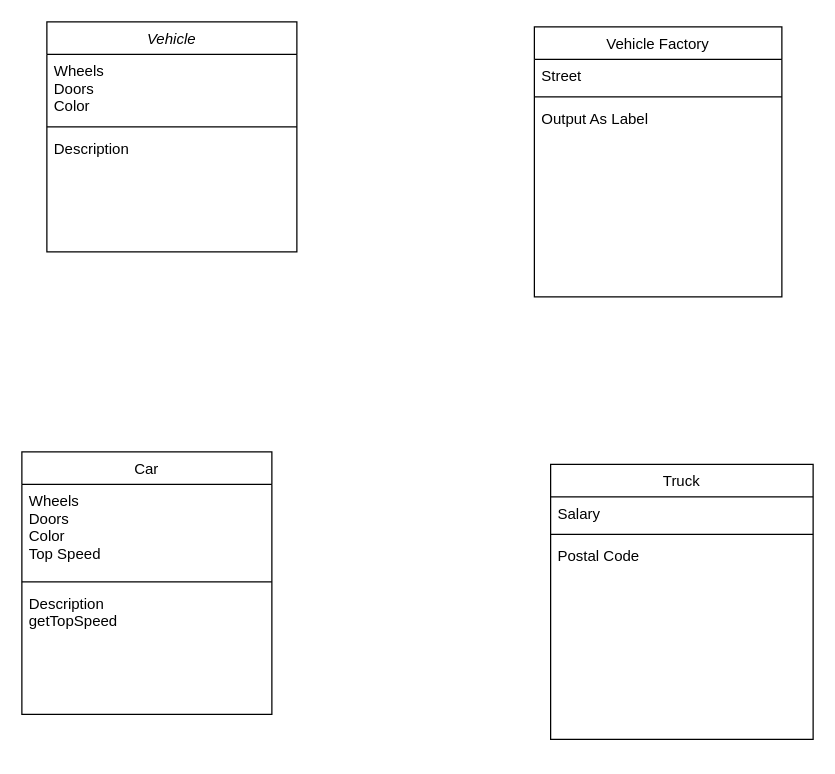
Before: Untitled Diagram.drawio in Kvevli/Use-case-diagram-Task, a draw.io diagram. Source tidied: cells renumbered, new cells numbered last; positions are measured from the earlier drawing's top-left corner, leaving out a move shared by most shapes. Both pictures are drawn from the tidied source at 125%, with x=0, y=0 at pixel (21, 21).
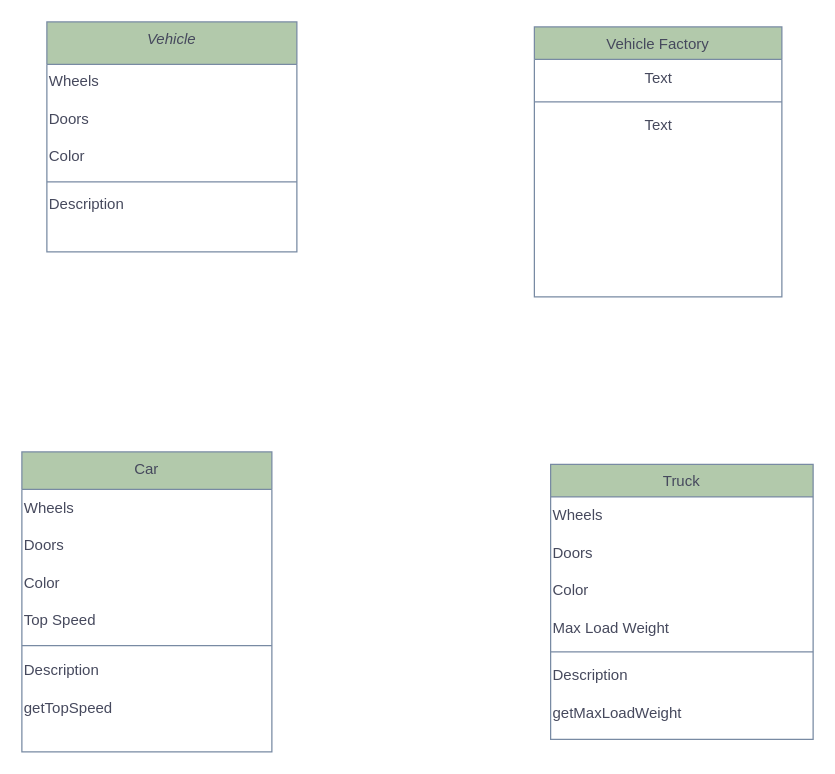
After the change.

What changed in the source:
```diff
@@
-    <mxCell id="2" value="Vehicle" style="swimlane;fontStyle=2;align=center;verticalAlign=top;horizontal=1;startSize=26;rounded=0;shadow=0;strokeWidth=1;" parent="1" vertex="1">
+    <mxCell id="2" value="Vehicle" style="swimlane;fontStyle=2;align=center;verticalAlign=top;horizontal=1;startSize=34;rounded=0;shadow=0;strokeWidth=1;labelBackgroundColor=none;fillColor=#B2C9AB;strokeColor=#788AA3;fontColor=#46495D;" parent="1" vertex="1">
       <mxGeometry x="20" width="200" height="184" as="geometry" />
     </mxCell>
-    <mxCell id="3" value="Wheels&#10;Doors&#10;Color&#10;" style="text;align=left;verticalAlign=top;spacingLeft=4;spacingRight=4;overflow=hidden;" parent="2" vertex="1">
-      <mxGeometry y="26" width="200" height="54" as="geometry" />
-    </mxCell>
+    <mxCell id="18" value="Wheels" style="text;align=left;verticalAlign=top;strokeColor=none;fillColor=none;fontColor=#46495D;" parent="2" vertex="1">
+      <mxGeometry y="34" width="200" height="30" as="geometry" />
+    </mxCell>
+    <mxCell id="19" value="Doors" style="text;align=left;verticalAlign=top;strokeColor=none;fillColor=none;labelBackgroundColor=none;fontColor=#46495D;" parent="2" vertex="1">
+      <mxGeometry y="64" width="200" height="30" as="geometry" />
+    </mxCell>
+    <mxCell id="20" value="Color" style="text;align=left;verticalAlign=top;strokeColor=none;fillColor=none;labelBackgroundColor=none;fontColor=#46495D;" parent="2" vertex="1">
+      <mxGeometry y="94" width="200" height="30" as="geometry" />
+    </mxCell>
-    <mxCell id="4" style="line;html=1;strokeWidth=1;align=left;verticalAlign=middle;spacingTop=-1;spacingLeft=3;spacingRight=3;labelPosition=right;" parent="2" vertex="1">
-      <mxGeometry y="80" width="200" height="8" as="geometry" />
+    <mxCell id="4" style="line;html=1;strokeWidth=1;align=left;verticalAlign=middle;spacingTop=-1;spacingLeft=3;spacingRight=3;labelPosition=right;labelBackgroundColor=none;fillColor=#B2C9AB;strokeColor=#788AA3;fontColor=#46495D;" parent="2" vertex="1">
+      <mxGeometry y="124" width="200" height="8" as="geometry" />
     </mxCell>
-    <mxCell id="5" value="Description" style="text;align=left;verticalAlign=top;spacingLeft=4;spacingRight=4;overflow=hidden;" parent="2" vertex="1">
-      <mxGeometry y="88" width="200" height="26" as="geometry" />
-    </mxCell>
+    <mxCell id="21" value="Description" style="text;align=left;verticalAlign=top;strokeColor=none;fillColor=none;fontColor=#46495D;" parent="2" vertex="1">
+      <mxGeometry y="132" width="200" height="30" as="geometry" />
+    </mxCell>
-    <mxCell id="6" value="Car" style="swimlane;fontStyle=0;align=center;verticalAlign=top;horizontal=1;startSize=26;rounded=0;shadow=0;strokeWidth=1;" parent="1" vertex="1">
-      <mxGeometry y="344" width="200" height="210" as="geometry" />
+    <mxCell id="6" value="Car" style="swimlane;fontStyle=0;align=center;verticalAlign=top;horizontal=1;startSize=30;rounded=0;shadow=0;strokeWidth=1;labelBackgroundColor=none;fillColor=#B2C9AB;strokeColor=#788AA3;fontColor=#46495D;" parent="1" vertex="1">
+      <mxGeometry y="344" width="200" height="240" as="geometry" />
     </mxCell>
-    <mxCell id="7" value="Wheels&#10;Doors&#10;Color&#10;Top Speed&#10;" style="text;align=left;verticalAlign=top;spacingLeft=4;spacingRight=4;overflow=hidden;" parent="6" vertex="1">
-      <mxGeometry y="26" width="200" height="74" as="geometry" />
-    </mxCell>
+    <mxCell id="22" value="Wheels" style="text;html=1;align=left;verticalAlign=middle;strokeColor=none;fillColor=none;fontColor=#46495D;" parent="6" vertex="1">
+      <mxGeometry y="30" width="200" height="30" as="geometry" />
+    </mxCell>
+    <mxCell id="23" value="Doors" style="text;html=1;align=left;verticalAlign=middle;strokeColor=none;fillColor=none;fontColor=#46495D;" parent="6" vertex="1">
+      <mxGeometry y="60" width="200" height="30" as="geometry" />
+    </mxCell>
+    <mxCell id="24" value="Color" style="text;html=1;align=left;verticalAlign=middle;strokeColor=none;fillColor=none;fontColor=#46495D;" parent="6" vertex="1">
+      <mxGeometry y="90" width="200" height="30" as="geometry" />
+    </mxCell>
+    <mxCell id="25" value="Top Speed" style="text;html=1;align=left;verticalAlign=middle;strokeColor=none;fillColor=none;fontColor=#46495D;" parent="6" vertex="1">
+      <mxGeometry y="120" width="200" height="30" as="geometry" />
+    </mxCell>
-    <mxCell id="8" style="line;html=1;strokeWidth=1;align=left;verticalAlign=middle;spacingTop=-1;spacingLeft=3;spacingRight=3;labelPosition=right;" parent="6" vertex="1">
-      <mxGeometry y="100" width="200" height="8" as="geometry" />
+    <mxCell id="8" style="line;html=1;strokeWidth=1;align=left;verticalAlign=middle;spacingTop=-1;spacingLeft=3;spacingRight=3;labelPosition=right;labelBackgroundColor=none;fillColor=#B2C9AB;strokeColor=#788AA3;fontColor=#46495D;" parent="6" vertex="1">
+      <mxGeometry y="150" width="200" height="10" as="geometry" />
     </mxCell>
-    <mxCell id="9" value="Description&#10;getTopSpeed&#10;" style="text;align=left;verticalAlign=top;spacingLeft=4;spacingRight=4;overflow=hidden;" parent="6" vertex="1">
-      <mxGeometry y="108" width="200" height="52" as="geometry" />
-    </mxCell>
+    <mxCell id="26" value="Description" style="text;html=1;align=left;verticalAlign=middle;strokeColor=none;fillColor=none;fontColor=#46495D;" parent="6" vertex="1">
+      <mxGeometry y="160" width="200" height="30" as="geometry" />
+    </mxCell>
+    <mxCell id="27" value="getTopSpeed" style="text;html=1;align=left;verticalAlign=middle;strokeColor=none;fillColor=none;fontColor=#46495D;" parent="6" vertex="1">
+      <mxGeometry y="190" width="200" height="30" as="geometry" />
+    </mxCell>
-    <mxCell id="10" value="Truck" style="swimlane;fontStyle=0;align=center;verticalAlign=top;horizontal=1;startSize=26;rounded=0;shadow=0;strokeWidth=1;" parent="1" vertex="1">
+    <mxCell id="10" value="Truck" style="swimlane;fontStyle=0;align=center;verticalAlign=top;horizontal=1;startSize=26;rounded=0;shadow=0;strokeWidth=1;labelBackgroundColor=none;fillColor=#B2C9AB;strokeColor=#788AA3;fontColor=#46495D;" parent="1" vertex="1">
       <mxGeometry x="423" y="354" width="210" height="220" as="geometry" />
     </mxCell>
-    <mxCell id="11" value="Salary" style="text;align=left;verticalAlign=top;spacingLeft=4;spacingRight=4;overflow=hidden;" parent="10" vertex="1">
-      <mxGeometry y="26" width="210" height="26" as="geometry" />
-    </mxCell>
+    <mxCell id="28" value="&lt;div&gt;Wheels&lt;/div&gt;" style="text;html=1;align=left;verticalAlign=middle;strokeColor=none;fillColor=none;labelBackgroundColor=none;fontColor=#46495D;" parent="10" vertex="1">
+      <mxGeometry y="26" width="210" height="30" as="geometry" />
+    </mxCell>
+    <mxCell id="29" value="Doors" style="text;html=1;align=left;verticalAlign=middle;strokeColor=none;fillColor=none;fontColor=#46495D;" parent="10" vertex="1">
+      <mxGeometry y="56" width="210" height="30" as="geometry" />
+    </mxCell>
+    <mxCell id="30" value="Color" style="text;html=1;align=left;verticalAlign=middle;strokeColor=none;fillColor=none;fontColor=#46495D;" parent="10" vertex="1">
+      <mxGeometry y="86" width="210" height="30" as="geometry" />
+    </mxCell>
+    <mxCell id="31" value="Max Load Weight" style="text;html=1;align=left;verticalAlign=middle;strokeColor=none;fillColor=none;fontColor=#46495D;" parent="10" vertex="1">
+      <mxGeometry y="116" width="210" height="30" as="geometry" />
+    </mxCell>
-    <mxCell id="12" style="line;html=1;strokeWidth=1;align=left;verticalAlign=middle;spacingTop=-1;spacingLeft=3;spacingRight=3;labelPosition=right;" parent="10" vertex="1">
-      <mxGeometry y="52" width="210" height="8" as="geometry" />
+    <mxCell id="12" style="line;html=1;strokeWidth=1;align=left;verticalAlign=middle;spacingTop=-1;spacingLeft=3;spacingRight=3;labelPosition=right;labelBackgroundColor=none;fillColor=#B2C9AB;strokeColor=#788AA3;fontColor=#46495D;" parent="10" vertex="1">
+      <mxGeometry y="146" width="210" height="8" as="geometry" />
     </mxCell>
-    <mxCell id="13" value="Postal Code" style="text;align=left;verticalAlign=top;spacingLeft=4;spacingRight=4;overflow=hidden;rounded=0;shadow=0;html=0;" parent="10" vertex="1">
-      <mxGeometry y="60" width="210" height="26" as="geometry" />
-    </mxCell>
+    <mxCell id="32" value="Description" style="text;html=1;align=left;verticalAlign=middle;strokeColor=none;fillColor=none;fontColor=#46495D;" parent="10" vertex="1">
+      <mxGeometry y="154" width="210" height="30" as="geometry" />
+    </mxCell>
+    <mxCell id="33" value="getMaxLoadWeight" style="text;html=1;align=left;verticalAlign=middle;strokeColor=none;fillColor=none;fontColor=#46495D;" parent="10" vertex="1">
+      <mxGeometry y="184" width="210" height="30" as="geometry" />
+    </mxCell>
-    <mxCell id="14" value="Vehicle Factory" style="swimlane;fontStyle=0;align=center;verticalAlign=top;horizontal=1;startSize=26;rounded=0;shadow=0;strokeWidth=1;" parent="1" vertex="1">
+    <mxCell id="14" value="Vehicle Factory" style="swimlane;fontStyle=0;align=center;verticalAlign=top;horizontal=1;startSize=26;rounded=0;shadow=0;strokeWidth=1;labelBackgroundColor=none;fillColor=#B2C9AB;strokeColor=#788AA3;fontColor=#46495D;" parent="1" vertex="1">
       <mxGeometry x="410" y="4" width="198" height="216" as="geometry" />
     </mxCell>
-    <mxCell id="15" value="Street" style="text;align=left;verticalAlign=top;spacingLeft=4;spacingRight=4;overflow=hidden;" parent="14" vertex="1">
-      <mxGeometry y="26" width="198" height="26" as="geometry" />
-    </mxCell>
+    <mxCell id="34" value="Text" style="text;html=1;align=center;verticalAlign=middle;strokeColor=none;fillColor=none;fontColor=#46495D;" parent="14" vertex="1">
+      <mxGeometry y="26" width="198" height="30" as="geometry" />
+    </mxCell>
-    <mxCell id="16" style="line;html=1;strokeWidth=1;align=left;verticalAlign=middle;spacingTop=-1;spacingLeft=3;spacingRight=3;labelPosition=right;" parent="14" vertex="1">
-      <mxGeometry y="52" width="198" height="8" as="geometry" />
+    <mxCell id="16" style="line;html=1;strokeWidth=1;align=left;verticalAlign=middle;spacingTop=-1;spacingLeft=3;spacingRight=3;labelPosition=right;labelBackgroundColor=none;fillColor=#B2C9AB;strokeColor=#788AA3;fontColor=#46495D;" parent="14" vertex="1">
+      <mxGeometry y="56" width="198" height="8" as="geometry" />
     </mxCell>
-    <mxCell id="17" value="Output As Label" style="text;align=left;verticalAlign=top;spacingLeft=4;spacingRight=4;overflow=hidden;" parent="14" vertex="1">
-      <mxGeometry y="60" width="198" height="26" as="geometry" />
-    </mxCell>
+    <mxCell id="35" value="Text" style="text;html=1;align=center;verticalAlign=middle;strokeColor=none;fillColor=none;fontColor=#46495D;" parent="14" vertex="1">
+      <mxGeometry y="64" width="198" height="30" as="geometry" />
+    </mxCell>
```
